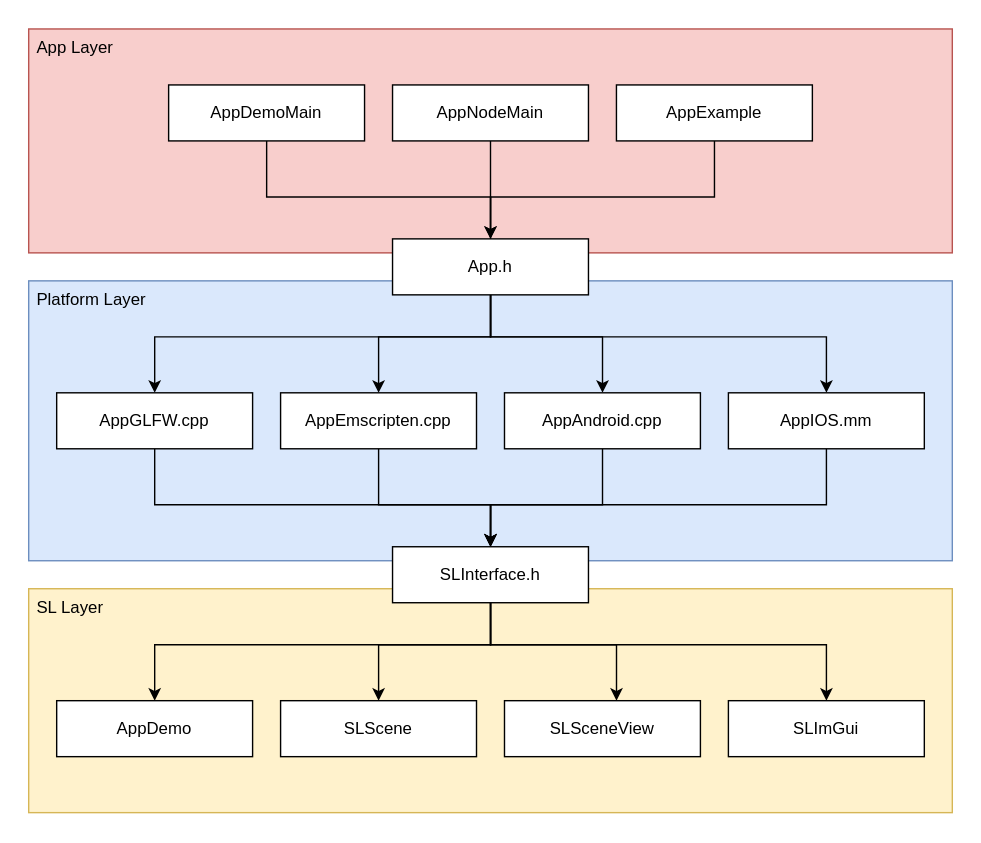
cpvrlab/SLProject4 keeps this draw.io diagram as docs/images/app_framework.svg. Above is the earlier version. Source tidied: cells renumbered, new cells last; positions are measured from the earlier drawing's top-left corner, leaving out a move shared by most shapes. Its diagram source:
```xml
<mxGraphModel>
  <root>
    <mxCell id="0" />
    <mxCell id="1" parent="0" />
    <mxCell id="2" value="SL Layer" style="rounded=0;whiteSpace=wrap;html=1;fillColor=#fff2cc;strokeColor=#d6b656;verticalAlign=top;align=left;spacingLeft=4;" parent="1" vertex="1">
      <mxGeometry y="400" width="660" height="160" as="geometry" />
    </mxCell>
    <mxCell id="3" value="Platform Layer" style="rounded=0;whiteSpace=wrap;html=1;fillColor=#dae8fc;strokeColor=#6c8ebf;verticalAlign=top;align=left;spacingLeft=4;" parent="1" vertex="1">
      <mxGeometry y="180" width="660" height="200" as="geometry" />
    </mxCell>
    <mxCell id="4" value="App Layer" style="rounded=0;whiteSpace=wrap;html=1;fillColor=#f8cecc;strokeColor=#b85450;verticalAlign=top;align=left;spacingLeft=4;" parent="1" vertex="1">
      <mxGeometry width="660" height="160" as="geometry" />
    </mxCell>
    <mxCell id="5" style="edgeStyle=orthogonalEdgeStyle;rounded=0;jettySize=auto;html=1;" parent="1" edge="1" source="6">
      <mxGeometry relative="1" as="geometry">
        <mxPoint x="330" y="160" as="targetPoint" />
        <Array as="points">
          <mxPoint x="170" y="120" />
          <mxPoint x="330" y="120" />
        </Array>
      </mxGeometry>
    </mxCell>
    <mxCell id="6" value="AppDemoMain" style="rounded=0;whiteSpace=wrap;html=1;" parent="1" vertex="1">
      <mxGeometry x="100" y="40" width="140" height="40" as="geometry" />
    </mxCell>
    <mxCell id="7" style="edgeStyle=orthogonalEdgeStyle;rounded=0;jettySize=auto;html=1;" parent="1" edge="1" source="8" target="15">
      <mxGeometry relative="1" as="geometry" />
    </mxCell>
    <mxCell id="8" value="AppNodeMain" style="rounded=0;whiteSpace=wrap;html=1;" parent="1" vertex="1">
      <mxGeometry x="260" y="40" width="140" height="40" as="geometry" />
    </mxCell>
    <mxCell id="9" style="edgeStyle=orthogonalEdgeStyle;rounded=0;jettySize=auto;html=1;" parent="1" edge="1" source="10" target="15">
      <mxGeometry relative="1" as="geometry">
        <Array as="points">
          <mxPoint x="490" y="120" />
          <mxPoint x="330" y="120" />
        </Array>
      </mxGeometry>
    </mxCell>
    <mxCell id="10" value="AppExample" style="rounded=0;whiteSpace=wrap;html=1;" parent="1" vertex="1">
      <mxGeometry x="420" y="40" width="140" height="40" as="geometry" />
    </mxCell>
    <mxCell id="11" style="edgeStyle=orthogonalEdgeStyle;rounded=0;jettySize=auto;html=1;" parent="1" edge="1" source="15" target="17">
      <mxGeometry relative="1" as="geometry">
        <Array as="points">
          <mxPoint x="330" y="220" />
          <mxPoint x="90" y="220" />
        </Array>
      </mxGeometry>
    </mxCell>
    <mxCell id="12" style="edgeStyle=orthogonalEdgeStyle;rounded=0;jettySize=auto;html=1;" parent="1" edge="1" source="15" target="19">
      <mxGeometry relative="1" as="geometry">
        <Array as="points">
          <mxPoint x="330" y="220" />
          <mxPoint x="250" y="220" />
        </Array>
      </mxGeometry>
    </mxCell>
    <mxCell id="13" style="edgeStyle=orthogonalEdgeStyle;rounded=0;jettySize=auto;html=1;" parent="1" edge="1" source="15" target="21">
      <mxGeometry relative="1" as="geometry">
        <Array as="points">
          <mxPoint x="330" y="220" />
          <mxPoint x="410" y="220" />
        </Array>
      </mxGeometry>
    </mxCell>
    <mxCell id="14" style="edgeStyle=orthogonalEdgeStyle;rounded=0;jettySize=auto;html=1;" parent="1" edge="1" source="15" target="23">
      <mxGeometry relative="1" as="geometry">
        <Array as="points">
          <mxPoint x="330" y="220" />
          <mxPoint x="570" y="220" />
        </Array>
      </mxGeometry>
    </mxCell>
    <mxCell id="15" value="App.h" style="rounded=0;whiteSpace=wrap;html=1;" parent="1" vertex="1">
      <mxGeometry x="260" y="150" width="140" height="40" as="geometry" />
    </mxCell>
    <mxCell id="16" style="edgeStyle=orthogonalEdgeStyle;rounded=0;jettySize=auto;html=1;" parent="1" edge="1" source="17" target="28">
      <mxGeometry relative="1" as="geometry">
        <Array as="points">
          <mxPoint x="90" y="340" />
          <mxPoint x="330" y="340" />
        </Array>
      </mxGeometry>
    </mxCell>
    <mxCell id="17" value="AppGLFW.cpp" style="rounded=0;whiteSpace=wrap;html=1;" parent="1" vertex="1">
      <mxGeometry x="20" y="260" width="140" height="40" as="geometry" />
    </mxCell>
    <mxCell id="18" style="edgeStyle=orthogonalEdgeStyle;rounded=0;jettySize=auto;html=1;" parent="1" edge="1" source="19" target="28">
      <mxGeometry relative="1" as="geometry">
        <Array as="points">
          <mxPoint x="250" y="340" />
          <mxPoint x="330" y="340" />
        </Array>
      </mxGeometry>
    </mxCell>
    <mxCell id="19" value="AppEmscripten.cpp" style="rounded=0;whiteSpace=wrap;html=1;" parent="1" vertex="1">
      <mxGeometry x="180" y="260" width="140" height="40" as="geometry" />
    </mxCell>
    <mxCell id="20" style="edgeStyle=orthogonalEdgeStyle;rounded=0;jettySize=auto;html=1;entryX=0.5;entryY=0;entryDx=0;entryDy=0;" parent="1" edge="1" source="21" target="28">
      <mxGeometry relative="1" as="geometry">
        <Array as="points">
          <mxPoint x="410" y="340" />
          <mxPoint x="330" y="340" />
        </Array>
      </mxGeometry>
    </mxCell>
    <mxCell id="21" value="AppAndroid.cpp" style="rounded=0;whiteSpace=wrap;html=1;" parent="1" vertex="1">
      <mxGeometry x="340" y="260" width="140" height="40" as="geometry" />
    </mxCell>
    <mxCell id="22" style="edgeStyle=orthogonalEdgeStyle;rounded=0;jettySize=auto;html=1;entryX=0.5;entryY=0;entryDx=0;entryDy=0;" parent="1" edge="1" source="23" target="28">
      <mxGeometry relative="1" as="geometry">
        <Array as="points">
          <mxPoint x="570" y="340" />
          <mxPoint x="330" y="340" />
        </Array>
      </mxGeometry>
    </mxCell>
    <mxCell id="23" value="AppIOS.mm" style="rounded=0;whiteSpace=wrap;html=1;" parent="1" vertex="1">
      <mxGeometry x="500" y="260" width="140" height="40" as="geometry" />
    </mxCell>
    <mxCell id="24" style="edgeStyle=orthogonalEdgeStyle;rounded=0;jettySize=auto;html=1;" parent="1" edge="1" source="28" target="29">
      <mxGeometry relative="1" as="geometry">
        <Array as="points">
          <mxPoint x="330" y="440" />
          <mxPoint x="90" y="440" />
        </Array>
      </mxGeometry>
    </mxCell>
    <mxCell id="25" style="edgeStyle=orthogonalEdgeStyle;rounded=0;jettySize=auto;html=1;exitX=0.5;exitY=1;exitDx=0;exitDy=0;" parent="1" edge="1" source="28" target="30">
      <mxGeometry relative="1" as="geometry">
        <Array as="points">
          <mxPoint x="330" y="440" />
          <mxPoint x="250" y="440" />
        </Array>
      </mxGeometry>
    </mxCell>
    <mxCell id="26" style="edgeStyle=orthogonalEdgeStyle;rounded=0;jettySize=auto;html=1;" parent="1" edge="1" source="28" target="31">
      <mxGeometry relative="1" as="geometry">
        <Array as="points">
          <mxPoint x="330" y="440" />
          <mxPoint x="420" y="440" />
        </Array>
      </mxGeometry>
    </mxCell>
    <mxCell id="27" style="edgeStyle=orthogonalEdgeStyle;rounded=0;jettySize=auto;html=1;" parent="1" edge="1" source="28" target="32">
      <mxGeometry relative="1" as="geometry">
        <Array as="points">
          <mxPoint x="330" y="440" />
          <mxPoint x="570" y="440" />
        </Array>
      </mxGeometry>
    </mxCell>
    <mxCell id="28" value="SLInterface.h" style="rounded=0;whiteSpace=wrap;html=1;" parent="1" vertex="1">
      <mxGeometry x="260" y="370" width="140" height="40" as="geometry" />
    </mxCell>
    <mxCell id="29" value="AppDemo" style="rounded=0;whiteSpace=wrap;html=1;" parent="1" vertex="1">
      <mxGeometry x="20" y="480" width="140" height="40" as="geometry" />
    </mxCell>
    <mxCell id="30" value="SLScene" style="rounded=0;whiteSpace=wrap;html=1;" parent="1" vertex="1">
      <mxGeometry x="180" y="480" width="140" height="40" as="geometry" />
    </mxCell>
    <mxCell id="31" value="SLSceneView" style="rounded=0;whiteSpace=wrap;html=1;" parent="1" vertex="1">
      <mxGeometry x="340" y="480" width="140" height="40" as="geometry" />
    </mxCell>
    <mxCell id="32" value="SLImGui" style="rounded=0;whiteSpace=wrap;html=1;" parent="1" vertex="1">
      <mxGeometry x="500" y="480" width="140" height="40" as="geometry" />
    </mxCell>
  </root>
</mxGraphModel>
```
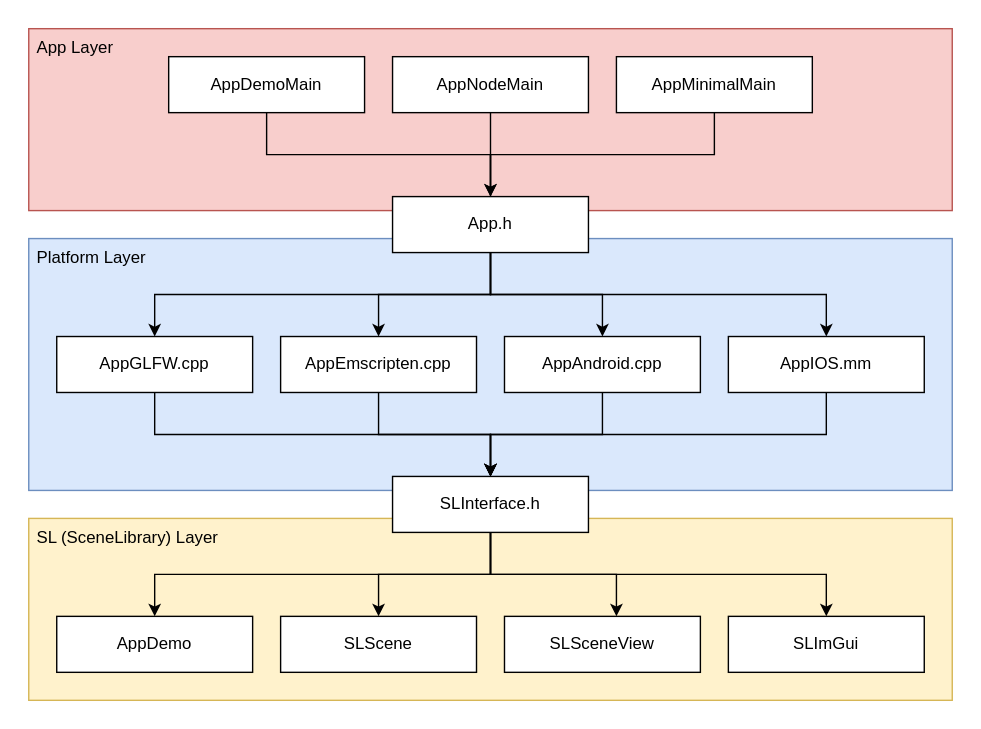
Later version of the same file.

Commit message:
Added links to the SVG of the App Framework

The edit, as a diff of the source:
```diff
@@ -2,14 +2,14 @@
   <root>
     <mxCell id="0" />
     <mxCell id="1" parent="0" />
-    <mxCell id="2" value="SL Layer" style="rounded=0;whiteSpace=wrap;html=1;fillColor=#fff2cc;strokeColor=#d6b656;verticalAlign=top;align=left;spacingLeft=4;" parent="1" vertex="1">
-      <mxGeometry y="400" width="660" height="160" as="geometry" />
+    <mxCell id="2" value="SL (SceneLibrary) Layer" style="rounded=0;whiteSpace=wrap;html=1;fillColor=#fff2cc;strokeColor=#d6b656;verticalAlign=top;align=left;spacingLeft=4;" parent="1" vertex="1">
+      <mxGeometry y="380" width="660" height="130" as="geometry" />
     </mxCell>
     <mxCell id="3" value="Platform Layer" style="rounded=0;whiteSpace=wrap;html=1;fillColor=#dae8fc;strokeColor=#6c8ebf;verticalAlign=top;align=left;spacingLeft=4;" parent="1" vertex="1">
-      <mxGeometry y="180" width="660" height="200" as="geometry" />
+      <mxGeometry y="180" width="660" height="180" as="geometry" />
     </mxCell>
     <mxCell id="4" value="App Layer" style="rounded=0;whiteSpace=wrap;html=1;fillColor=#f8cecc;strokeColor=#b85450;verticalAlign=top;align=left;spacingLeft=4;" parent="1" vertex="1">
-      <mxGeometry width="660" height="160" as="geometry" />
+      <mxGeometry y="30" width="660" height="130" as="geometry" />
     </mxCell>
     <mxCell id="5" style="edgeStyle=orthogonalEdgeStyle;rounded=0;jettySize=auto;html=1;" parent="1" edge="1" source="6">
       <mxGeometry relative="1" as="geometry">
@@ -20,14 +20,14 @@
         </Array>
       </mxGeometry>
     </mxCell>
-    <mxCell id="6" value="AppDemoMain" style="rounded=0;whiteSpace=wrap;html=1;" parent="1" vertex="1">
-      <mxGeometry x="100" y="40" width="140" height="40" as="geometry" />
+    <mxCell id="6" value="&lt;a href=&quot;https://cpvrlab.github.io/SLProject4/_app_demo_main_8cpp.html&quot;&gt;AppDemoMain&lt;/a&gt;" style="rounded=0;whiteSpace=wrap;html=1;" parent="1" vertex="1">
+      <mxGeometry x="100" y="50" width="140" height="40" as="geometry" />
     </mxCell>
     <mxCell id="7" style="edgeStyle=orthogonalEdgeStyle;rounded=0;jettySize=auto;html=1;" parent="1" edge="1" source="8" target="15">
       <mxGeometry relative="1" as="geometry" />
     </mxCell>
-    <mxCell id="8" value="AppNodeMain" style="rounded=0;whiteSpace=wrap;html=1;" parent="1" vertex="1">
-      <mxGeometry x="260" y="40" width="140" height="40" as="geometry" />
+    <mxCell id="8" value="&lt;a href=&quot;https://cpvrlab.github.io/SLProject4/_app_node_main_8cpp.html&quot;&gt;AppNodeMain&lt;/a&gt;" style="rounded=0;whiteSpace=wrap;html=1;" parent="1" vertex="1">
+      <mxGeometry x="260" y="50" width="140" height="40" as="geometry" />
     </mxCell>
     <mxCell id="9" style="edgeStyle=orthogonalEdgeStyle;rounded=0;jettySize=auto;html=1;" parent="1" edge="1" source="10" target="15">
       <mxGeometry relative="1" as="geometry">
@@ -37,8 +37,8 @@
         </Array>
       </mxGeometry>
     </mxCell>
-    <mxCell id="10" value="AppExample" style="rounded=0;whiteSpace=wrap;html=1;" parent="1" vertex="1">
-      <mxGeometry x="420" y="40" width="140" height="40" as="geometry" />
+    <mxCell id="10" value="&lt;a href=&quot;https://cpvrlab.github.io/SLProject4/_app_minimal_main_8cpp.html&quot;&gt;AppMinimalMain&lt;/a&gt;" style="rounded=0;whiteSpace=wrap;html=1;" parent="1" vertex="1">
+      <mxGeometry x="420" y="50" width="140" height="40" as="geometry" />
     </mxCell>
     <mxCell id="11" style="edgeStyle=orthogonalEdgeStyle;rounded=0;jettySize=auto;html=1;" parent="1" edge="1" source="15" target="17">
       <mxGeometry relative="1" as="geometry">
@@ -72,99 +72,99 @@
         </Array>
       </mxGeometry>
     </mxCell>
-    <mxCell id="15" value="App.h" style="rounded=0;whiteSpace=wrap;html=1;" parent="1" vertex="1">
+    <mxCell id="15" value="&lt;a href=&quot;https://cpvrlab.github.io/SLProject4/_app_8h.html&quot;&gt;App.h&lt;/a&gt;" style="rounded=0;whiteSpace=wrap;html=1;" parent="1" vertex="1">
       <mxGeometry x="260" y="150" width="140" height="40" as="geometry" />
     </mxCell>
     <mxCell id="16" style="edgeStyle=orthogonalEdgeStyle;rounded=0;jettySize=auto;html=1;" parent="1" edge="1" source="17" target="28">
       <mxGeometry relative="1" as="geometry">
         <Array as="points">
-          <mxPoint x="90" y="340" />
-          <mxPoint x="330" y="340" />
+          <mxPoint x="90" y="320" />
+          <mxPoint x="330" y="320" />
         </Array>
       </mxGeometry>
     </mxCell>
-    <mxCell id="17" value="AppGLFW.cpp" style="rounded=0;whiteSpace=wrap;html=1;" parent="1" vertex="1">
-      <mxGeometry x="20" y="260" width="140" height="40" as="geometry" />
+    <mxCell id="17" value="&lt;a href=&quot;https://cpvrlab.github.io/SLProject4/_app_g_l_f_w_8cpp.html&quot;&gt;AppGLFW.cpp&lt;/a&gt;" style="rounded=0;whiteSpace=wrap;html=1;" parent="1" vertex="1">
+      <mxGeometry x="20" y="250" width="140" height="40" as="geometry" />
     </mxCell>
     <mxCell id="18" style="edgeStyle=orthogonalEdgeStyle;rounded=0;jettySize=auto;html=1;" parent="1" edge="1" source="19" target="28">
       <mxGeometry relative="1" as="geometry">
         <Array as="points">
-          <mxPoint x="250" y="340" />
-          <mxPoint x="330" y="340" />
+          <mxPoint x="250" y="320" />
+          <mxPoint x="330" y="320" />
         </Array>
       </mxGeometry>
     </mxCell>
-    <mxCell id="19" value="AppEmscripten.cpp" style="rounded=0;whiteSpace=wrap;html=1;" parent="1" vertex="1">
-      <mxGeometry x="180" y="260" width="140" height="40" as="geometry" />
+    <mxCell id="19" value="&lt;a href=&quot;https://cpvrlab.github.io/SLProject4/_app_emscripten_8cpp.html&quot;&gt;AppEmscripten.cpp&lt;/a&gt;" style="rounded=0;whiteSpace=wrap;html=1;" parent="1" vertex="1">
+      <mxGeometry x="180" y="250" width="140" height="40" as="geometry" />
     </mxCell>
     <mxCell id="20" style="edgeStyle=orthogonalEdgeStyle;rounded=0;jettySize=auto;html=1;entryX=0.5;entryY=0;entryDx=0;entryDy=0;" parent="1" edge="1" source="21" target="28">
       <mxGeometry relative="1" as="geometry">
         <Array as="points">
-          <mxPoint x="410" y="340" />
-          <mxPoint x="330" y="340" />
+          <mxPoint x="410" y="320" />
+          <mxPoint x="330" y="320" />
         </Array>
       </mxGeometry>
     </mxCell>
-    <mxCell id="21" value="AppAndroid.cpp" style="rounded=0;whiteSpace=wrap;html=1;" parent="1" vertex="1">
-      <mxGeometry x="340" y="260" width="140" height="40" as="geometry" />
+    <mxCell id="21" value="&lt;a href=&quot;https://cpvrlab.github.io/SLProject4/_app_android_8cpp.html&quot;&gt;AppAndroid.cpp&lt;/a&gt;" style="rounded=0;whiteSpace=wrap;html=1;" parent="1" vertex="1">
+      <mxGeometry x="340" y="250" width="140" height="40" as="geometry" />
     </mxCell>
     <mxCell id="22" style="edgeStyle=orthogonalEdgeStyle;rounded=0;jettySize=auto;html=1;entryX=0.5;entryY=0;entryDx=0;entryDy=0;" parent="1" edge="1" source="23" target="28">
       <mxGeometry relative="1" as="geometry">
         <Array as="points">
-          <mxPoint x="570" y="340" />
-          <mxPoint x="330" y="340" />
+          <mxPoint x="570" y="320" />
+          <mxPoint x="330" y="320" />
         </Array>
       </mxGeometry>
     </mxCell>
-    <mxCell id="23" value="AppIOS.mm" style="rounded=0;whiteSpace=wrap;html=1;" parent="1" vertex="1">
-      <mxGeometry x="500" y="260" width="140" height="40" as="geometry" />
+    <mxCell id="23" value="&lt;a href=&quot;https://cpvrlab.github.io/SLProject4/_app_i_o_s_8mm.html&quot;&gt;AppIOS.mm&lt;/a&gt;" style="rounded=0;whiteSpace=wrap;html=1;" parent="1" vertex="1">
+      <mxGeometry x="500" y="250" width="140" height="40" as="geometry" />
     </mxCell>
     <mxCell id="24" style="edgeStyle=orthogonalEdgeStyle;rounded=0;jettySize=auto;html=1;" parent="1" edge="1" source="28" target="29">
       <mxGeometry relative="1" as="geometry">
         <Array as="points">
-          <mxPoint x="330" y="440" />
-          <mxPoint x="90" y="440" />
+          <mxPoint x="330" y="420" />
+          <mxPoint x="90" y="420" />
         </Array>
       </mxGeometry>
     </mxCell>
     <mxCell id="25" style="edgeStyle=orthogonalEdgeStyle;rounded=0;jettySize=auto;html=1;exitX=0.5;exitY=1;exitDx=0;exitDy=0;" parent="1" edge="1" source="28" target="30">
       <mxGeometry relative="1" as="geometry">
         <Array as="points">
-          <mxPoint x="330" y="440" />
-          <mxPoint x="250" y="440" />
+          <mxPoint x="330" y="420" />
+          <mxPoint x="250" y="420" />
         </Array>
       </mxGeometry>
     </mxCell>
     <mxCell id="26" style="edgeStyle=orthogonalEdgeStyle;rounded=0;jettySize=auto;html=1;" parent="1" edge="1" source="28" target="31">
       <mxGeometry relative="1" as="geometry">
         <Array as="points">
-          <mxPoint x="330" y="440" />
-          <mxPoint x="420" y="440" />
+          <mxPoint x="330" y="420" />
+          <mxPoint x="420" y="420" />
         </Array>
       </mxGeometry>
     </mxCell>
     <mxCell id="27" style="edgeStyle=orthogonalEdgeStyle;rounded=0;jettySize=auto;html=1;" parent="1" edge="1" source="28" target="32">
       <mxGeometry relative="1" as="geometry">
         <Array as="points">
-          <mxPoint x="330" y="440" />
-          <mxPoint x="570" y="440" />
+          <mxPoint x="330" y="420" />
+          <mxPoint x="570" y="420" />
         </Array>
       </mxGeometry>
     </mxCell>
-    <mxCell id="28" value="SLInterface.h" style="rounded=0;whiteSpace=wrap;html=1;" parent="1" vertex="1">
-      <mxGeometry x="260" y="370" width="140" height="40" as="geometry" />
+    <mxCell id="28" value="&lt;a href=&quot;https://cpvrlab.github.io/SLProject4/_s_l_interface_8h.html&quot;&gt;SLInterface.h&lt;/a&gt;" style="rounded=0;whiteSpace=wrap;html=1;" parent="1" vertex="1">
+      <mxGeometry x="260" y="350" width="140" height="40" as="geometry" />
     </mxCell>
-    <mxCell id="29" value="AppDemo" style="rounded=0;whiteSpace=wrap;html=1;" parent="1" vertex="1">
-      <mxGeometry x="20" y="480" width="140" height="40" as="geometry" />
+    <mxCell id="29" value="&lt;a href=&quot;https://cpvrlab.github.io/SLProject4/_app_demo_8h.html&quot;&gt;AppDemo&lt;/a&gt;" style="rounded=0;whiteSpace=wrap;html=1;" parent="1" vertex="1">
+      <mxGeometry x="20" y="450" width="140" height="40" as="geometry" />
     </mxCell>
-    <mxCell id="30" value="SLScene" style="rounded=0;whiteSpace=wrap;html=1;" parent="1" vertex="1">
-      <mxGeometry x="180" y="480" width="140" height="40" as="geometry" />
+    <mxCell id="30" value="&lt;a href=&quot;https://cpvrlab.github.io/SLProject4/class_s_l_scene.html&quot;&gt;SLScene&lt;/a&gt;" style="rounded=0;whiteSpace=wrap;html=1;" parent="1" vertex="1">
+      <mxGeometry x="180" y="450" width="140" height="40" as="geometry" />
     </mxCell>
-    <mxCell id="31" value="SLSceneView" style="rounded=0;whiteSpace=wrap;html=1;" parent="1" vertex="1">
-      <mxGeometry x="340" y="480" width="140" height="40" as="geometry" />
+    <mxCell id="31" value="&lt;a href=&quot;https://cpvrlab.github.io/SLProject4/class_s_l_scene_view.html&quot;&gt;SLSceneView&lt;/a&gt;" style="rounded=0;whiteSpace=wrap;html=1;" parent="1" vertex="1">
+      <mxGeometry x="340" y="450" width="140" height="40" as="geometry" />
     </mxCell>
-    <mxCell id="32" value="SLImGui" style="rounded=0;whiteSpace=wrap;html=1;" parent="1" vertex="1">
-      <mxGeometry x="500" y="480" width="140" height="40" as="geometry" />
+    <mxCell id="32" value="&lt;a href=&quot;https://cpvrlab.github.io/SLProject4/class_s_l_im_gui.html&quot;&gt;SLImGui&lt;/a&gt;" style="rounded=0;whiteSpace=wrap;html=1;" parent="1" vertex="1">
+      <mxGeometry x="500" y="450" width="140" height="40" as="geometry" />
     </mxCell>
   </root>
 </mxGraphModel>
```
